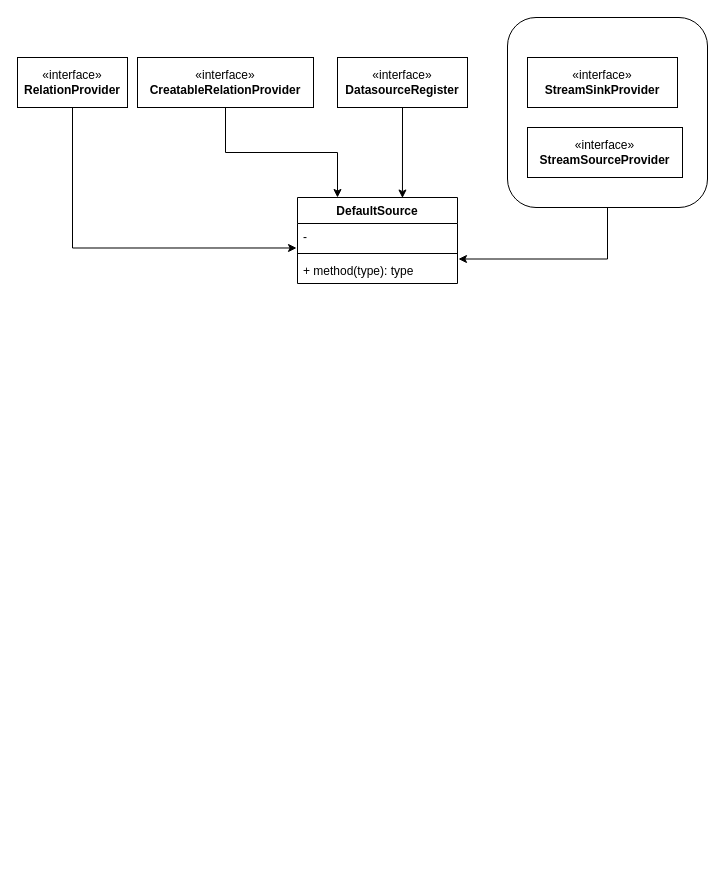
Before: HUDI arch.drawio in boneanxs/drawIo, a draw.io diagram. Source tidied: cells renumbered, new cells numbered last; positions are measured from the earlier drawing's top-left corner, leaving out a move shared by most shapes. Both pictures are drawn from the tidied source at 100%, with x=0, y=0 at pixel (17, 17).
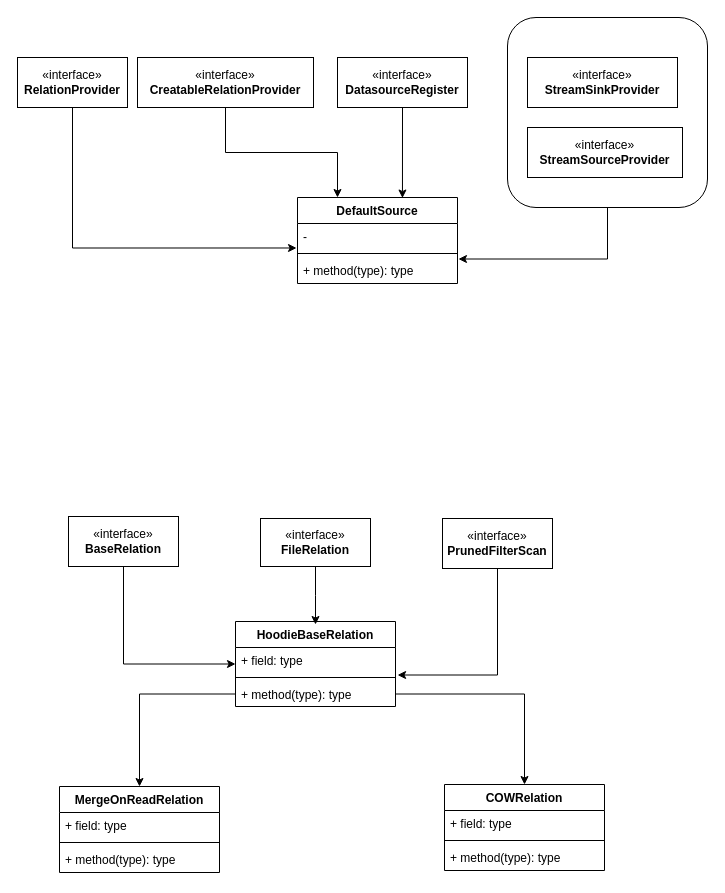
The same page after the edit.

What changed in the source:
```diff
@@
+    <mxCell id="16" value="HoodieBaseRelation" style="swimlane;fontStyle=1;align=center;verticalAlign=top;horizontal=1;startSize=26;whiteSpace=wrap;html=1;" parent="1" vertex="1">
+      <mxGeometry x="218" y="604" width="160" height="85" as="geometry" />
+    </mxCell>
+    <mxCell id="17" value="+ field: type" style="text;strokeColor=none;fillColor=none;align=left;verticalAlign=top;spacingLeft=4;spacingRight=4;overflow=hidden;points=[[0,0.5],[1,0.5]];portConstraint=eastwest;whiteSpace=wrap;html=1;" parent="16" vertex="1">
+      <mxGeometry y="26" width="160" height="26" as="geometry" />
+    </mxCell>
+    <mxCell id="18" style="line;strokeWidth=1;fillColor=none;align=left;verticalAlign=middle;spacingTop=-1;spacingLeft=3;spacingRight=3;labelPosition=right;strokeColor=inherit;" parent="16" vertex="1">
+      <mxGeometry y="52" width="160" height="8" as="geometry" />
+    </mxCell>
+    <mxCell id="19" value="+ method(type): type" style="text;strokeColor=none;fillColor=none;align=left;verticalAlign=top;spacingLeft=4;spacingRight=4;overflow=hidden;points=[[0,0.5],[1,0.5]];portConstraint=eastwest;whiteSpace=wrap;html=1;" parent="16" vertex="1">
+      <mxGeometry y="60" width="160" height="25" as="geometry" />
+    </mxCell>
+    <mxCell id="20" style="edgeStyle=orthogonalEdgeStyle;rounded=0;jettySize=auto;html=1;exitX=0.5;exitY=1;exitDx=0;exitDy=0;entryX=0;entryY=0.5;entryDx=0;entryDy=0;" parent="1" edge="1" source="21" target="16">
+      <mxGeometry relative="1" as="geometry" />
+    </mxCell>
+    <mxCell id="21" value="«interface»&lt;br&gt;&lt;b&gt;BaseRelation&lt;/b&gt;" style="html=1;whiteSpace=wrap;" parent="1" vertex="1">
+      <mxGeometry x="51" y="499" width="110" height="50" as="geometry" />
+    </mxCell>
+    <mxCell id="22" style="edgeStyle=orthogonalEdgeStyle;rounded=0;jettySize=auto;html=1;" parent="1" edge="1" source="23">
+      <mxGeometry relative="1" as="geometry">
+        <mxPoint x="298" y="607" as="targetPoint" />
+      </mxGeometry>
+    </mxCell>
+    <mxCell id="23" value="«interface»&lt;br&gt;&lt;b&gt;FileRelation&lt;/b&gt;" style="html=1;whiteSpace=wrap;" parent="1" vertex="1">
+      <mxGeometry x="243" y="501" width="110" height="48" as="geometry" />
+    </mxCell>
+    <mxCell id="24" style="edgeStyle=orthogonalEdgeStyle;rounded=0;jettySize=auto;html=1;entryX=1.013;entryY=1.058;entryDx=0;entryDy=0;entryPerimeter=0;" parent="1" edge="1" source="25" target="17">
+      <mxGeometry relative="1" as="geometry" />
+    </mxCell>
+    <mxCell id="25" value="«interface»&lt;br&gt;&lt;b&gt;PrunedFilterScan&lt;/b&gt;" style="html=1;whiteSpace=wrap;" parent="1" vertex="1">
+      <mxGeometry x="425" y="501" width="110" height="50" as="geometry" />
+    </mxCell>
+    <mxCell id="26" value="MergeOnReadRelation" style="swimlane;fontStyle=1;align=center;verticalAlign=top;horizontal=1;startSize=26;whiteSpace=wrap;html=1;" parent="1" vertex="1">
+      <mxGeometry x="42" y="769" width="160" height="86" as="geometry" />
+    </mxCell>
+    <mxCell id="27" value="+ field: type" style="text;strokeColor=none;fillColor=none;align=left;verticalAlign=top;spacingLeft=4;spacingRight=4;overflow=hidden;whiteSpace=wrap;html=1;" parent="26" vertex="1">
+      <mxGeometry y="26" width="160" height="26" as="geometry" />
+    </mxCell>
+    <mxCell id="28" style="line;strokeWidth=1;fillColor=none;align=left;verticalAlign=middle;spacingTop=-1;spacingLeft=3;spacingRight=3;labelPosition=right;strokeColor=inherit;" parent="26" vertex="1">
+      <mxGeometry y="52" width="160" height="8" as="geometry" />
+    </mxCell>
+    <mxCell id="29" value="+ method(type): type" style="text;strokeColor=none;fillColor=none;align=left;verticalAlign=top;spacingLeft=4;spacingRight=4;overflow=hidden;whiteSpace=wrap;html=1;" parent="26" vertex="1">
+      <mxGeometry y="60" width="160" height="26" as="geometry" />
+    </mxCell>
+    <mxCell id="30" value="COWRelation" style="swimlane;fontStyle=1;align=center;verticalAlign=top;horizontal=1;startSize=26;whiteSpace=wrap;html=1;" parent="1" vertex="1">
+      <mxGeometry x="427" y="767" width="160" height="86" as="geometry" />
+    </mxCell>
+    <mxCell id="31" value="+ field: type" style="text;strokeColor=none;fillColor=none;align=left;verticalAlign=top;spacingLeft=4;spacingRight=4;overflow=hidden;whiteSpace=wrap;html=1;" parent="30" vertex="1">
+      <mxGeometry y="26" width="160" height="26" as="geometry" />
+    </mxCell>
+    <mxCell id="32" style="line;strokeWidth=1;fillColor=none;align=left;verticalAlign=middle;spacingTop=-1;spacingLeft=3;spacingRight=3;labelPosition=right;strokeColor=inherit;" parent="30" vertex="1">
+      <mxGeometry y="52" width="160" height="8" as="geometry" />
+    </mxCell>
+    <mxCell id="33" value="+ method(type): type" style="text;strokeColor=none;fillColor=none;align=left;verticalAlign=top;spacingLeft=4;spacingRight=4;overflow=hidden;whiteSpace=wrap;html=1;" parent="30" vertex="1">
+      <mxGeometry y="60" width="160" height="26" as="geometry" />
+    </mxCell>
+    <mxCell id="34" style="edgeStyle=orthogonalEdgeStyle;rounded=0;jettySize=auto;html=1;entryX=0.5;entryY=0;entryDx=0;entryDy=0;" parent="1" edge="1" source="19" target="26">
+      <mxGeometry relative="1" as="geometry" />
+    </mxCell>
+    <mxCell id="35" style="edgeStyle=orthogonalEdgeStyle;rounded=0;jettySize=auto;html=1;entryX=0.5;entryY=0;entryDx=0;entryDy=0;" parent="1" edge="1" source="19" target="30">
+      <mxGeometry relative="1" as="geometry" />
+    </mxCell>
```
